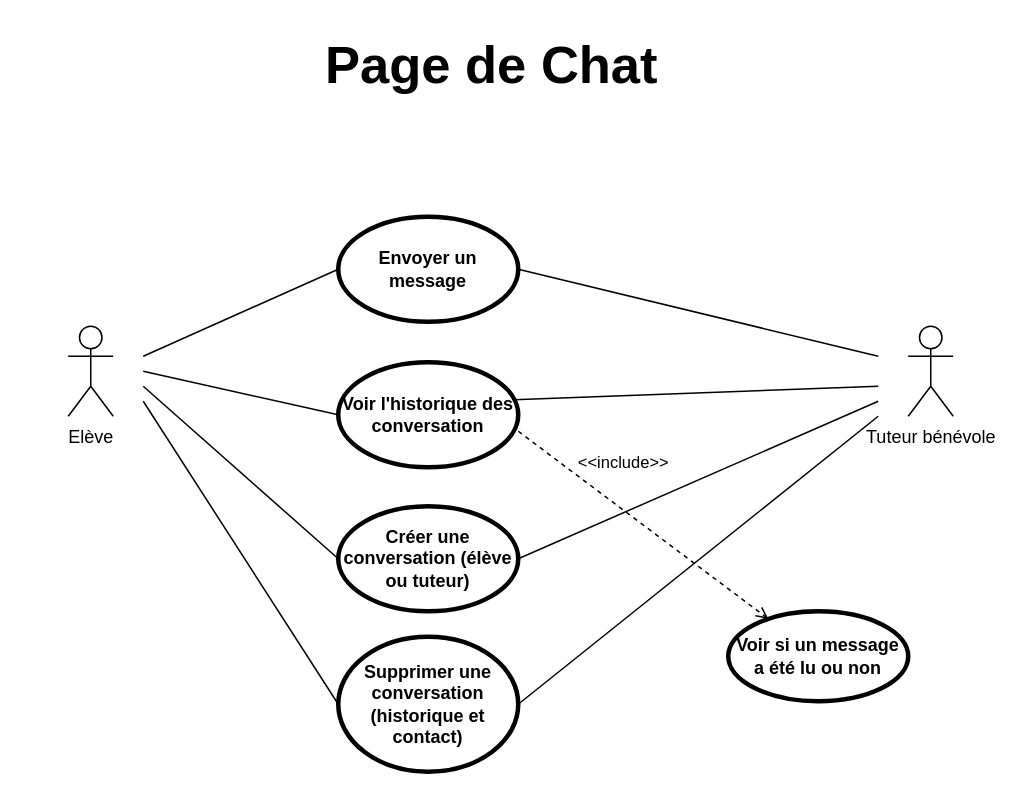
Earlier version of the draw.io diagram Chat.drawio (aureliegangloff/OC-P7-Learn-Home). Source tidied: cells renumbered, new cells numbered last; positions are measured from the earlier drawing's top-left corner, leaving out a move shared by most shapes. Both pictures are drawn from the tidied source at 150%, with x=0, y=0 at pixel (68, 26).
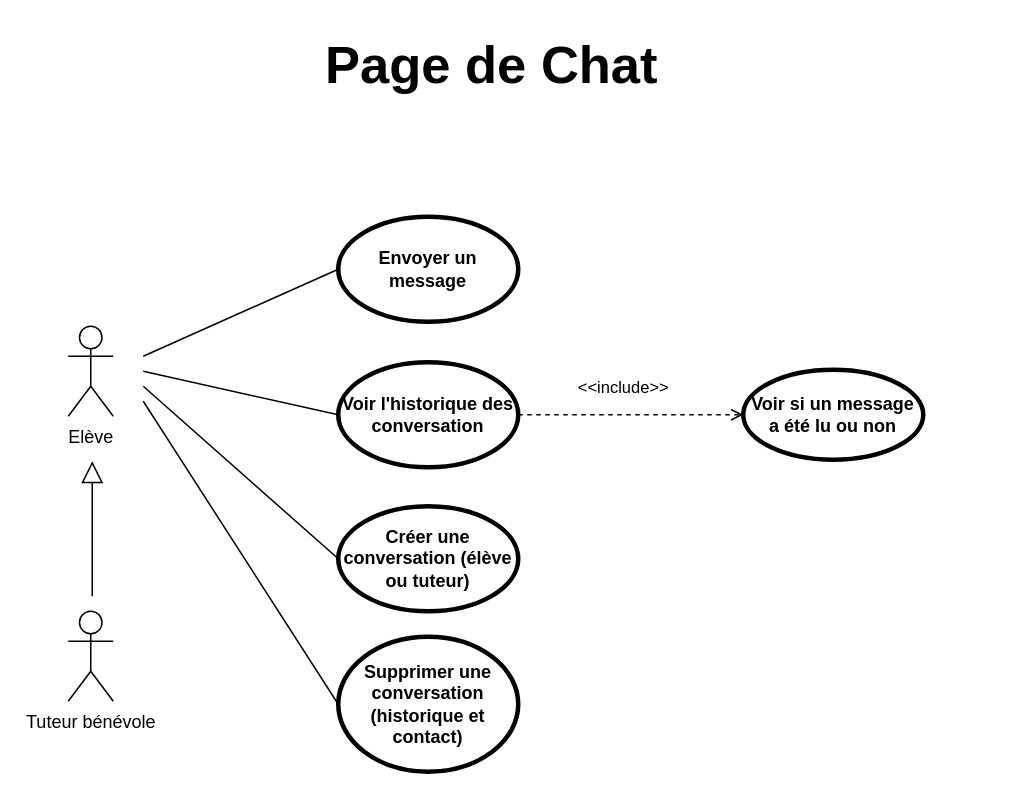
The same diagram, later.

Commit message:
Mettre à jour Chat.drawio

The change refers to these unchanged cells:
```xml
<mxCell id="5" value="Envoyer un message" style="shape=ellipse;html=1;strokeWidth=3;fontStyle=1;whiteSpace=wrap;align=center;perimeter=ellipsePerimeter;" parent="1" vertex="1">
  <mxGeometry x="180" y="127" width="120" height="70" as="geometry" />
</mxCell>
<mxCell id="6" value="Voir l'historique des conversation" style="shape=ellipse;html=1;strokeWidth=3;fontStyle=1;whiteSpace=wrap;align=center;perimeter=ellipsePerimeter;" parent="1" vertex="1">
  <mxGeometry x="180" y="224" width="120" height="70" as="geometry" />
</mxCell>
<mxCell id="7" value="Créer&lt;span style=&quot;background-color: transparent; color: light-dark(#000000, var(--ge-light-color, #ffffff));&quot;&gt;&amp;nbsp;une conversation (élève ou tuteur)&lt;/span&gt;" style="shape=ellipse;html=1;strokeWidth=3;fontStyle=1;whiteSpace=wrap;align=center;perimeter=ellipsePerimeter;" parent="1" vertex="1">
  <mxGeometry x="180" y="320" width="120" height="70" as="geometry" />
</mxCell>
<mxCell id="8" value="Supprimer une conversation (historique et contact)" style="shape=ellipse;html=1;strokeWidth=3;fontStyle=1;whiteSpace=wrap;align=center;perimeter=ellipsePerimeter;" parent="1" vertex="1">
  <mxGeometry x="180" y="407" width="120" height="90" as="geometry" />
</mxCell>
```

Change to the diagram source:
```diff
@@
     <mxCell id="4" value="Tuteur bénévole" style="shape=umlActor;html=1;verticalLabelPosition=bottom;verticalAlign=top;align=center;labelPerimeter=1;" parent="1" vertex="1">
-      <mxGeometry x="560" y="200" width="30" height="60" as="geometry" />
+      <mxGeometry y="390" width="30" height="60" as="geometry" />
     </mxCell>
@@
     <mxCell id="9" value="Voir si un message a été lu ou non" style="shape=ellipse;html=1;strokeWidth=3;fontStyle=1;whiteSpace=wrap;align=center;perimeter=ellipsePerimeter;" parent="1" vertex="1">
-      <mxGeometry x="440" y="390" width="120" height="60" as="geometry" />
+      <mxGeometry x="450" y="229" width="120" height="60" as="geometry" />
     </mxCell>
@@
-    <mxCell id="14" style="edgeStyle=none;html=1;endArrow=none;verticalAlign=bottom;rounded=0;defaultLabelBackgroundColor=page;exitX=1;exitY=0.5;exitDx=0;exitDy=0;startArrow=none;startFill=0;" parent="1" edge="1" source="5">
-      <mxGeometry relative="1" as="geometry">
-        <mxPoint x="540" y="220" as="targetPoint" />
-      </mxGeometry>
-    </mxCell>
-    <mxCell id="15" style="edgeStyle=none;html=1;endArrow=none;verticalAlign=bottom;rounded=0;defaultLabelBackgroundColor=page;exitX=0.975;exitY=0.357;exitDx=0;exitDy=0;startArrow=none;startFill=0;exitPerimeter=0;" parent="1" edge="1" source="6">
-      <mxGeometry relative="1" as="geometry">
-        <mxPoint x="540" y="240" as="targetPoint" />
-      </mxGeometry>
-    </mxCell>
-    <mxCell id="16" style="edgeStyle=none;html=1;endArrow=none;verticalAlign=bottom;rounded=0;defaultLabelBackgroundColor=page;exitX=1;exitY=0.5;exitDx=0;exitDy=0;startArrow=none;startFill=0;" parent="1" edge="1" source="7">
-      <mxGeometry relative="1" as="geometry">
-        <mxPoint x="540" y="250" as="targetPoint" />
-      </mxGeometry>
-    </mxCell>
-    <mxCell id="17" style="edgeStyle=none;html=1;endArrow=none;verticalAlign=bottom;rounded=0;defaultLabelBackgroundColor=page;exitX=1;exitY=0.5;exitDx=0;exitDy=0;startArrow=none;startFill=0;" parent="1" edge="1" source="8">
-      <mxGeometry relative="1" as="geometry">
-        <mxPoint x="540" y="260" as="targetPoint" />
-      </mxGeometry>
-    </mxCell>
-    <mxCell id="18" value="&amp;lt;&amp;lt;include&amp;gt;&amp;gt;" style="edgeStyle=none;html=1;endArrow=open;verticalAlign=bottom;dashed=1;labelBackgroundColor=none;rounded=0;defaultLabelBackgroundColor=page;exitX=1;exitY=0.657;exitDx=0;exitDy=0;exitPerimeter=0;" parent="1" edge="1" source="6" target="9">
-      <mxGeometry x="-0.29" y="18" relative="1" as="geometry" />
+    <mxCell id="18" value="&amp;lt;&amp;lt;include&amp;gt;&amp;gt;" style="edgeStyle=none;html=1;endArrow=open;verticalAlign=bottom;dashed=1;labelBackgroundColor=none;rounded=0;defaultLabelBackgroundColor=page;exitX=1;exitY=0.5;exitDx=0;exitDy=0;" parent="1" edge="1" source="6" target="9">
+      <mxGeometry x="-0.07" y="9" relative="1" as="geometry" />
     </mxCell>
+    <mxCell id="19" style="edgeStyle=none;html=1;endArrow=block;endFill=0;endSize=12;verticalAlign=bottom;rounded=0;defaultLabelBackgroundColor=page;" parent="1" edge="1">
+      <mxGeometry relative="1" as="geometry">
+        <mxPoint x="16" y="380" as="sourcePoint" />
+        <mxPoint x="16" y="290" as="targetPoint" />
+      </mxGeometry>
+    </mxCell>
```
